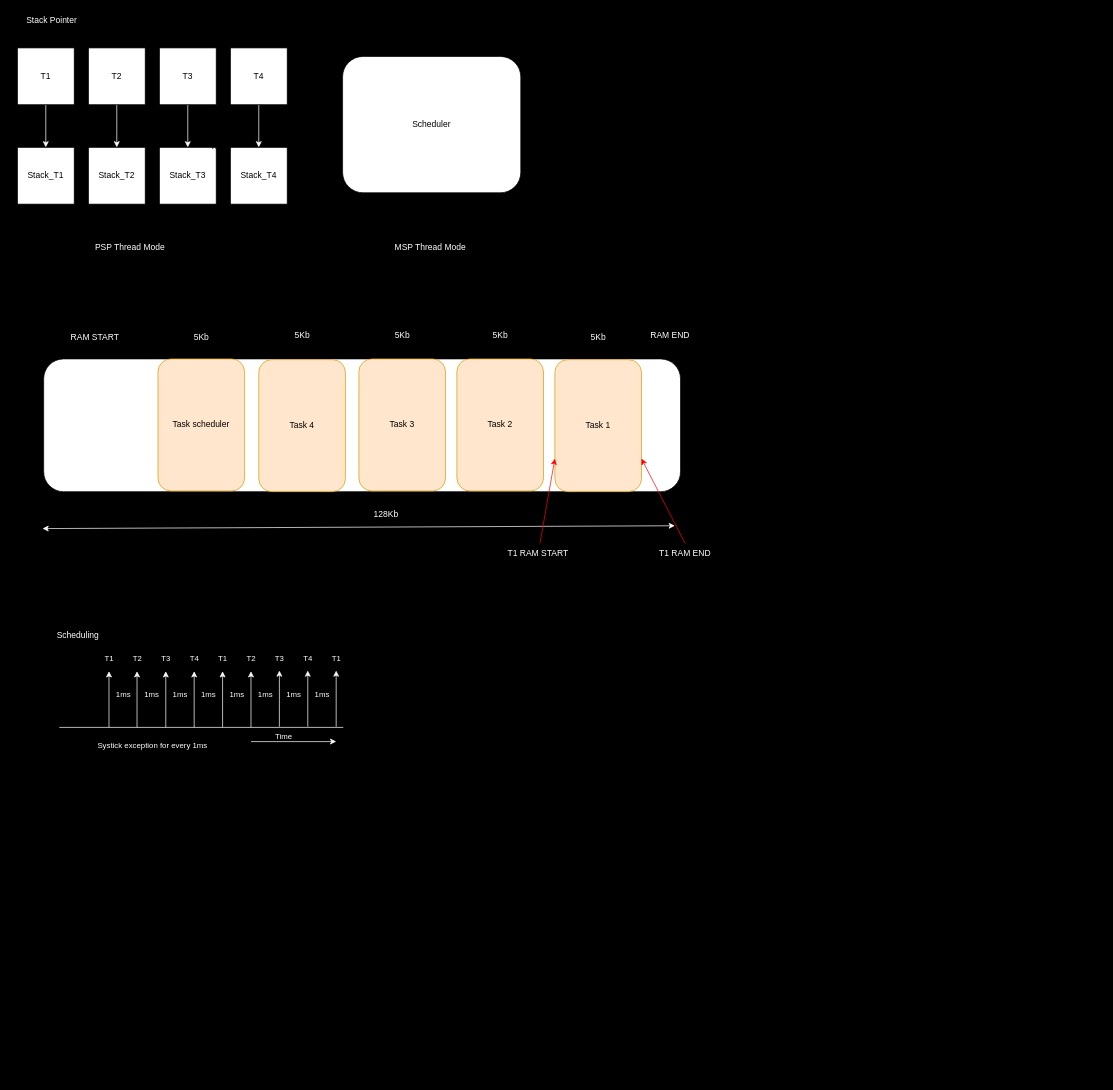
This is STM32/BuildOSFreeRTOS/CreateTask.drawio from DevMeoU/Learning, a draw.io file, before an edit. Source tidied: cells renumbered, new cells numbered last; positions are measured from the earlier drawing's top-left corner, leaving out a move shared by most shapes. Both pictures are drawn from the tidied source at 71%, with x=0, y=0 at pixel (17, 12).
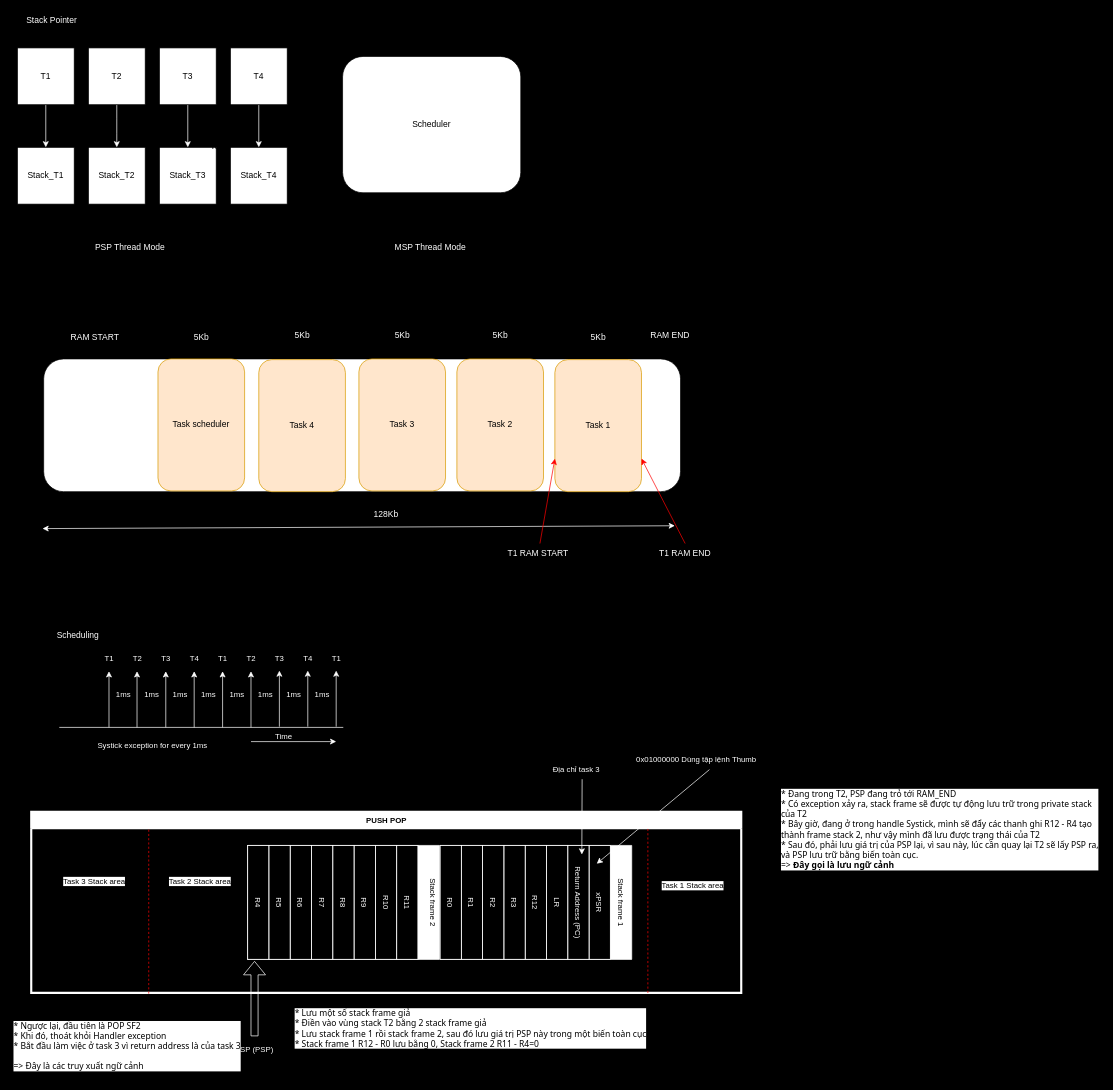
The same page after the edit.

Change to the diagram source:
```diff
@@
+    <mxCell id="70" value="PUSH POP" style="swimlane;whiteSpace=wrap;html=1;fontFamily=Helvetica;fontSize=11;fontColor=default;labelBackgroundColor=default;strokeColor=#FFFFFF;strokeWidth=3;" parent="1" vertex="1">
+      <mxGeometry x="19.5" y="1126" width="1000" height="255" as="geometry" />
+    </mxCell>
+    <mxCell id="71" value="Stack frame 1" style="swimlane;fontStyle=0;horizontal=1;startSize=30;whiteSpace=wrap;html=1;fontFamily=Helvetica;fontSize=11;fontColor=default;labelBackgroundColor=default;rounded=0;strokeWidth=1;strokeColor=light-dark(#ffffff, #ededed);perimeterSpacing=1;rotation=90;" parent="70" vertex="1">
+      <mxGeometry x="630.5" y="-7.5" width="160.5" height="270" as="geometry" />
+    </mxCell>
+    <mxCell id="72" value="xPSR" style="text;strokeColor=#FFFFFF;fillColor=none;align=center;verticalAlign=middle;spacingLeft=4;spacingRight=4;overflow=hidden;whiteSpace=wrap;html=1;fontFamily=Helvetica;fontSize=11;fontColor=light-dark(#ffffff, #ededed);labelBackgroundColor=none;rotation=90;" parent="71" vertex="1">
+      <mxGeometry x="90" y="120" width="160.5" height="30" as="geometry" />
+    </mxCell>
+    <mxCell id="73" value="Return Address (PC)" style="text;strokeColor=light-dark(#ffffff, #ededed);fillColor=none;align=center;verticalAlign=middle;spacingLeft=4;spacingRight=4;overflow=hidden;whiteSpace=wrap;html=1;fontFamily=Helvetica;fontSize=11;fontColor=light-dark(#ffffff, #ededed);labelBackgroundColor=none;rotation=90;" parent="71" vertex="1">
+      <mxGeometry x="60" y="120" width="160.5" height="30" as="geometry" />
+    </mxCell>
+    <mxCell id="74" value="LR" style="text;strokeColor=light-dark(#ffffff, #ededed);fillColor=none;align=center;verticalAlign=middle;spacingLeft=4;spacingRight=4;overflow=hidden;whiteSpace=wrap;html=1;fontFamily=Helvetica;fontSize=11;fontColor=light-dark(#ffffff, #ededed);labelBackgroundColor=none;rotation=90;" parent="71" vertex="1">
+      <mxGeometry x="30" y="120" width="160.5" height="30" as="geometry" />
+    </mxCell>
+    <mxCell id="75" value="R12" style="text;strokeColor=light-dark(#ffffff, #ededed);fillColor=none;align=center;verticalAlign=middle;spacingLeft=4;spacingRight=4;overflow=hidden;whiteSpace=wrap;html=1;fontFamily=Helvetica;fontSize=11;fontColor=light-dark(#ffffff, #ededed);labelBackgroundColor=none;rotation=90;" parent="71" vertex="1">
+      <mxGeometry y="120" width="160.5" height="30" as="geometry" />
+    </mxCell>
+    <mxCell id="76" value="R3" style="text;strokeColor=#FFFFFF;fillColor=none;align=center;verticalAlign=middle;spacingLeft=4;spacingRight=4;overflow=hidden;whiteSpace=wrap;html=1;fontFamily=Helvetica;fontSize=11;fontColor=light-dark(#ffffff, #ededed);labelBackgroundColor=none;rotation=90;" parent="71" vertex="1">
+      <mxGeometry x="-30" y="120" width="160.5" height="30" as="geometry" />
+    </mxCell>
+    <mxCell id="77" value="R2" style="text;strokeColor=light-dark(#ffffff, #ededed);fillColor=none;align=center;verticalAlign=middle;spacingLeft=4;spacingRight=4;overflow=hidden;whiteSpace=wrap;html=1;fontFamily=Helvetica;fontSize=11;fontColor=light-dark(#ffffff, #ededed);labelBackgroundColor=none;rotation=90;" parent="71" vertex="1">
+      <mxGeometry x="-60" y="120" width="160.5" height="30" as="geometry" />
+    </mxCell>
+    <mxCell id="78" value="R1" style="text;strokeColor=light-dark(#ffffff, #ededed);fillColor=none;align=center;verticalAlign=middle;spacingLeft=4;spacingRight=4;overflow=hidden;whiteSpace=wrap;html=1;fontFamily=Helvetica;fontSize=11;fontColor=light-dark(#ffffff, #ededed);labelBackgroundColor=none;rotation=90;" parent="71" vertex="1">
+      <mxGeometry x="-90" y="120" width="160.5" height="30" as="geometry" />
+    </mxCell>
+    <mxCell id="79" value="R0" style="text;strokeColor=light-dark(#ffffff, #ededed);fillColor=none;align=center;verticalAlign=middle;spacingLeft=4;spacingRight=4;overflow=hidden;whiteSpace=wrap;html=1;fontFamily=Helvetica;fontSize=11;fontColor=light-dark(#ffffff, #ededed);labelBackgroundColor=none;rotation=90;" parent="71" vertex="1">
+      <mxGeometry x="-120" y="120" width="160.5" height="30" as="geometry" />
+    </mxCell>
+    <mxCell id="80" value="Stack frame 2&lt;div&gt;&lt;br&gt;&lt;/div&gt;" style="swimlane;fontStyle=0;horizontal=1;startSize=30;whiteSpace=wrap;html=1;fontFamily=Helvetica;fontSize=11;fontColor=default;labelBackgroundColor=default;rounded=0;strokeWidth=1;strokeColor=light-dark(#ffffff, #ededed);perimeterSpacing=1;rotation=90;" parent="70" vertex="1">
+      <mxGeometry x="359.5" y="-7.5" width="160.5" height="270" as="geometry" />
+    </mxCell>
+    <mxCell id="81" value="R11" style="text;strokeColor=#FFFFFF;fillColor=none;align=center;verticalAlign=middle;spacingLeft=4;spacingRight=4;overflow=hidden;whiteSpace=wrap;html=1;fontFamily=Helvetica;fontSize=11;fontColor=light-dark(#ffffff, #ededed);labelBackgroundColor=none;rotation=90;" parent="80" vertex="1">
+      <mxGeometry x="90" y="120" width="160.5" height="30" as="geometry" />
+    </mxCell>
+    <mxCell id="82" value="R10" style="text;strokeColor=light-dark(#ffffff, #ededed);fillColor=none;align=center;verticalAlign=middle;spacingLeft=4;spacingRight=4;overflow=hidden;whiteSpace=wrap;html=1;fontFamily=Helvetica;fontSize=11;fontColor=light-dark(#ffffff, #ededed);labelBackgroundColor=none;rotation=90;" parent="80" vertex="1">
+      <mxGeometry x="60" y="120" width="160.5" height="30" as="geometry" />
+    </mxCell>
+    <mxCell id="83" value="R9" style="text;strokeColor=light-dark(#ffffff, #ededed);fillColor=none;align=center;verticalAlign=middle;spacingLeft=4;spacingRight=4;overflow=hidden;whiteSpace=wrap;html=1;fontFamily=Helvetica;fontSize=11;fontColor=light-dark(#ffffff, #ededed);labelBackgroundColor=none;rotation=90;" parent="80" vertex="1">
+      <mxGeometry x="30" y="120" width="160.5" height="30" as="geometry" />
+    </mxCell>
+    <mxCell id="84" value="R8" style="text;strokeColor=light-dark(#ffffff, #ededed);fillColor=none;align=center;verticalAlign=middle;spacingLeft=4;spacingRight=4;overflow=hidden;whiteSpace=wrap;html=1;fontFamily=Helvetica;fontSize=11;fontColor=light-dark(#ffffff, #ededed);labelBackgroundColor=none;rotation=90;" parent="80" vertex="1">
+      <mxGeometry y="120" width="160.5" height="30" as="geometry" />
+    </mxCell>
+    <mxCell id="85" value="R7" style="text;strokeColor=#FFFFFF;fillColor=none;align=center;verticalAlign=middle;spacingLeft=4;spacingRight=4;overflow=hidden;whiteSpace=wrap;html=1;fontFamily=Helvetica;fontSize=11;fontColor=light-dark(#ffffff, #ededed);labelBackgroundColor=none;rotation=90;" parent="80" vertex="1">
+      <mxGeometry x="-30" y="120" width="160.5" height="30" as="geometry" />
+    </mxCell>
+    <mxCell id="86" value="R6" style="text;strokeColor=light-dark(#ffffff, #ededed);fillColor=none;align=center;verticalAlign=middle;spacingLeft=4;spacingRight=4;overflow=hidden;whiteSpace=wrap;html=1;fontFamily=Helvetica;fontSize=11;fontColor=light-dark(#ffffff, #ededed);labelBackgroundColor=none;rotation=90;" parent="80" vertex="1">
+      <mxGeometry x="-60" y="120" width="160.5" height="30" as="geometry" />
+    </mxCell>
+    <mxCell id="87" value="R5" style="text;strokeColor=light-dark(#ffffff, #ededed);fillColor=none;align=center;verticalAlign=middle;spacingLeft=4;spacingRight=4;overflow=hidden;whiteSpace=wrap;html=1;fontFamily=Helvetica;fontSize=11;fontColor=light-dark(#ffffff, #ededed);labelBackgroundColor=none;rotation=90;" parent="80" vertex="1">
+      <mxGeometry x="-90" y="120" width="160.5" height="30" as="geometry" />
+    </mxCell>
+    <mxCell id="88" value="R4" style="text;strokeColor=light-dark(#ffffff, #ededed);fillColor=none;align=center;verticalAlign=middle;spacingLeft=4;spacingRight=4;overflow=hidden;whiteSpace=wrap;html=1;fontFamily=Helvetica;fontSize=11;fontColor=light-dark(#ffffff, #ededed);labelBackgroundColor=none;rotation=90;" parent="80" vertex="1">
+      <mxGeometry x="-120" y="120" width="160.5" height="30" as="geometry" />
+    </mxCell>
+    <mxCell id="89" value="Task 1 Stack area" style="text;html=1;align=center;verticalAlign=middle;strokeColor=none;fillColor=none;fontFamily=Helvetica;fontSize=11;fontColor=default;labelBackgroundColor=default;" parent="70" vertex="1">
+      <mxGeometry x="878.5" y="91" width="105" height="25" as="geometry" />
+    </mxCell>
+    <mxCell id="90" value="Task 2 Stack area" style="text;html=1;align=center;verticalAlign=middle;strokeColor=none;fillColor=none;fontFamily=Helvetica;fontSize=11;fontColor=default;labelBackgroundColor=default;" parent="70" vertex="1">
+      <mxGeometry x="184.5" y="85" width="105" height="25" as="geometry" />
+    </mxCell>
+    <mxCell id="91" value="Task 3 Stack area" style="text;html=1;align=center;verticalAlign=middle;strokeColor=none;fillColor=none;fontFamily=Helvetica;fontSize=11;fontColor=default;labelBackgroundColor=default;" parent="70" vertex="1">
+      <mxGeometry x="35.5" y="85" width="105" height="25" as="geometry" />
+    </mxCell>
+    <mxCell id="92" style="endArrow=none;dashed=1;html=1;rounded=1;strokeColor=light-dark(#ff0000, #ededed);align=center;verticalAlign=middle;fontFamily=Helvetica;fontSize=11;fontColor=default;labelBackgroundColor=default;" parent="70" edge="1">
+      <mxGeometry relative="1" as="geometry">
+        <mxPoint x="868.5" y="255" as="sourcePoint" />
+        <mxPoint x="868.5" y="23" as="targetPoint" />
+      </mxGeometry>
+    </mxCell>
+    <mxCell id="93" style="endArrow=none;dashed=1;html=1;rounded=1;strokeColor=light-dark(#ff0000, #ededed);align=center;verticalAlign=middle;fontFamily=Helvetica;fontSize=11;fontColor=default;labelBackgroundColor=default;" parent="1" edge="1">
+      <mxGeometry relative="1" as="geometry">
+        <mxPoint x="185" y="1382" as="sourcePoint" />
+        <mxPoint x="185" y="1150" as="targetPoint" />
+      </mxGeometry>
+    </mxCell>
+    <mxCell id="94" style="shape=flexArrow;endArrow=classic;html=1;rounded=1;strokeColor=light-dark(#ffffff, #ededed);align=center;verticalAlign=middle;fontFamily=Helvetica;fontSize=11;fontColor=default;labelBackgroundColor=default;" parent="1" edge="1">
+      <mxGeometry relative="1" as="geometry">
+        <mxPoint x="334" y="1442" as="sourcePoint" />
+        <mxPoint x="334" y="1336" as="targetPoint" />
+      </mxGeometry>
+    </mxCell>
+    <mxCell id="95" value="SP (PSP)" style="text;html=1;align=center;verticalAlign=middle;strokeColor=none;fillColor=none;fontFamily=Helvetica;fontSize=11;fontColor=#FFFFFF;labelBackgroundColor=none;" parent="1" vertex="1">
+      <mxGeometry x="304" y="1448" width="65" height="25" as="geometry" />
+    </mxCell>
+    <mxCell id="96" value="&lt;font style=&quot;font-size: 12px;&quot; face=&quot;Tahoma&quot;&gt;* Lưu một số stack frame giả&lt;/font&gt;&lt;div&gt;&lt;font style=&quot;font-size: 12px;&quot; face=&quot;Tahoma&quot;&gt;* Điền vào vùng stack T2 bằng 2 stack frame giả&lt;/font&gt;&lt;/div&gt;&lt;div&gt;&lt;font style=&quot;font-size: 12px;&quot; face=&quot;Tahoma&quot;&gt;* Lưu stack frame 1 rồi stack frame 2, sau đó lưu giá trị PSP này trong một biến toàn cục&lt;/font&gt;&lt;/div&gt;&lt;div&gt;&lt;font style=&quot;font-size: 12px;&quot; face=&quot;Tahoma&quot;&gt;* Stack frame 1 R12 - R0 lưu bằng 0, Stack frame 2 R11 - R4=0&lt;/font&gt;&lt;/div&gt;" style="text;html=1;align=left;verticalAlign=middle;strokeColor=none;fillColor=none;fontFamily=Helvetica;fontSize=11;fontColor=default;labelBackgroundColor=default;" parent="1" vertex="1">
+      <mxGeometry x="389" y="1394" width="492" height="74" as="geometry" />
+    </mxCell>
+    <mxCell id="97" value="&lt;font face=&quot;Tahoma&quot;&gt;&lt;span style=&quot;font-size: 12px;&quot;&gt;* Ngược lại, đầu tiên là POP SF2&lt;/span&gt;&lt;/font&gt;&lt;div&gt;&lt;font face=&quot;Tahoma&quot;&gt;&lt;span style=&quot;font-size: 12px;&quot;&gt;* Khi đó, thoát khỏi Handler exception&lt;/span&gt;&lt;/font&gt;&lt;/div&gt;&lt;div&gt;&lt;font face=&quot;Tahoma&quot;&gt;&lt;span style=&quot;font-size: 12px;&quot;&gt;* Bắt đầu làm việc ở task 3 vì return address là của task 3&lt;/span&gt;&lt;/font&gt;&lt;/div&gt;&lt;div&gt;&lt;font face=&quot;Tahoma&quot;&gt;&lt;span style=&quot;font-size: 12px;&quot;&gt;&lt;br&gt;&lt;/span&gt;&lt;/font&gt;&lt;/div&gt;&lt;div&gt;&lt;font face=&quot;Tahoma&quot;&gt;&lt;span style=&quot;font-size: 12px;&quot;&gt;=&amp;gt; Đây là các truy xuất ngữ cảnh&lt;/span&gt;&lt;/font&gt;&lt;/div&gt;" style="text;html=1;align=left;verticalAlign=middle;strokeColor=none;fillColor=none;fontFamily=Helvetica;fontSize=11;fontColor=default;labelBackgroundColor=default;" parent="1" vertex="1">
+      <mxGeometry x="-7" y="1411" width="327" height="90" as="geometry" />
+    </mxCell>
+    <mxCell id="98" value="&lt;font face=&quot;Tahoma&quot;&gt;&lt;span style=&quot;font-size: 12px;&quot;&gt;* Đang trong T2, PSP đang trỏ tới RAM_END&lt;/span&gt;&lt;/font&gt;&lt;div&gt;&lt;font face=&quot;Tahoma&quot;&gt;&lt;span style=&quot;font-size: 12px;&quot;&gt;* Có exception xảy ra, stack frame sẽ được tự động lưu trữ trong private stack&lt;/span&gt;&lt;/font&gt;&lt;/div&gt;&lt;div&gt;&lt;font face=&quot;Tahoma&quot;&gt;&lt;span style=&quot;font-size: 12px;&quot;&gt;của T2&lt;/span&gt;&lt;/font&gt;&lt;/div&gt;&lt;div&gt;&lt;font face=&quot;Tahoma&quot;&gt;&lt;span style=&quot;font-size: 12px;&quot;&gt;* Bây giờ, đang ở trong handle Systick, mình sẽ đẩy các thanh ghi R12 - R4 tạo&lt;/span&gt;&lt;/font&gt;&lt;/div&gt;&lt;div&gt;&lt;font face=&quot;Tahoma&quot;&gt;&lt;span style=&quot;font-size: 12px;&quot;&gt;thành frame stack 2, như vậy mình đã lưu được trạng thái của T2&lt;/span&gt;&lt;/font&gt;&lt;/div&gt;&lt;div&gt;&lt;font face=&quot;Tahoma&quot;&gt;&lt;span style=&quot;font-size: 12px;&quot;&gt;* Sau đó, phải lưu giá trị của PSP lại, vì sau này, lúc cần quay lại T2 sẽ lấy PSP ra,&lt;/span&gt;&lt;/font&gt;&lt;/div&gt;&lt;div&gt;&lt;font face=&quot;Tahoma&quot;&gt;&lt;span style=&quot;font-size: 12px;&quot;&gt;và PSP lưu trữ bằng biến toàn cục.&lt;/span&gt;&lt;/font&gt;&lt;/div&gt;&lt;div&gt;&lt;font face=&quot;Tahoma&quot;&gt;&lt;span style=&quot;font-size: 12px;&quot;&gt;=&amp;gt; &lt;b&gt;Đây gọi là lưu ngữ cảnh&lt;/b&gt;&lt;/span&gt;&lt;/font&gt;&lt;/div&gt;" style="text;html=1;align=left;verticalAlign=middle;strokeColor=none;fillColor=none;fontFamily=Helvetica;fontSize=11;fontColor=default;labelBackgroundColor=default;" parent="1" vertex="1">
+      <mxGeometry x="1074" y="1082" width="453" height="137" as="geometry" />
+    </mxCell>
+    <mxCell id="99" value="&lt;span&gt;&lt;font style=&quot;color: light-dark(rgb(255, 255, 255), rgb(237, 237, 237));&quot;&gt;0x01000000 Dùng tập lệnh Thumb&lt;/font&gt;&lt;/span&gt;" style="text;html=1;align=center;verticalAlign=middle;points=[];strokeColor=none;fillColor=none;fontFamily=Helvetica;fontSize=11;fontColor=default;labelBackgroundColor=none;" parent="1" vertex="1">
+      <mxGeometry x="862" y="1039" width="187" height="25" as="geometry" />
+    </mxCell>
+    <mxCell id="100" style="endArrow=classic;html=1;rounded=1;strokeColor=light-dark(#ffffff, #ededed);align=center;verticalAlign=middle;fontFamily=Helvetica;fontSize=11;fontColor=none;labelBackgroundColor=none;exitX=0.603;exitY=1.097;exitDx=0;exitDy=0;exitPerimeter=0;noLabel=1;" parent="1" edge="1" source="99">
+      <mxGeometry relative="1" as="geometry">
+        <mxPoint x="816" y="1199" as="targetPoint" />
+      </mxGeometry>
+    </mxCell>
+    <mxCell id="101" value="&lt;font style=&quot;color: light-dark(rgb(255, 255, 255), rgb(237, 237, 237));&quot;&gt;Địa chỉ task 3&lt;/font&gt;" style="text;html=1;align=center;verticalAlign=middle;points=[];strokeColor=none;fillColor=none;fontFamily=Helvetica;fontSize=11;fontColor=default;labelBackgroundColor=none;" parent="1" vertex="1">
+      <mxGeometry x="745" y="1053" width="84" height="25" as="geometry" />
+    </mxCell>
+    <mxCell id="102" style="endArrow=classic;html=1;rounded=1;strokeColor=light-dark(#ffffff, #ededed);align=center;verticalAlign=middle;fontFamily=Helvetica;fontSize=11;fontColor=none;labelBackgroundColor=default;exitX=0.6;exitY=1.078;exitDx=0;exitDy=0;exitPerimeter=0;noLabel=1;textShadow=0;" parent="1" edge="1" source="101">
+      <mxGeometry relative="1" as="geometry">
+        <mxPoint x="795" y="1186" as="targetPoint" />
+      </mxGeometry>
+    </mxCell>
```
